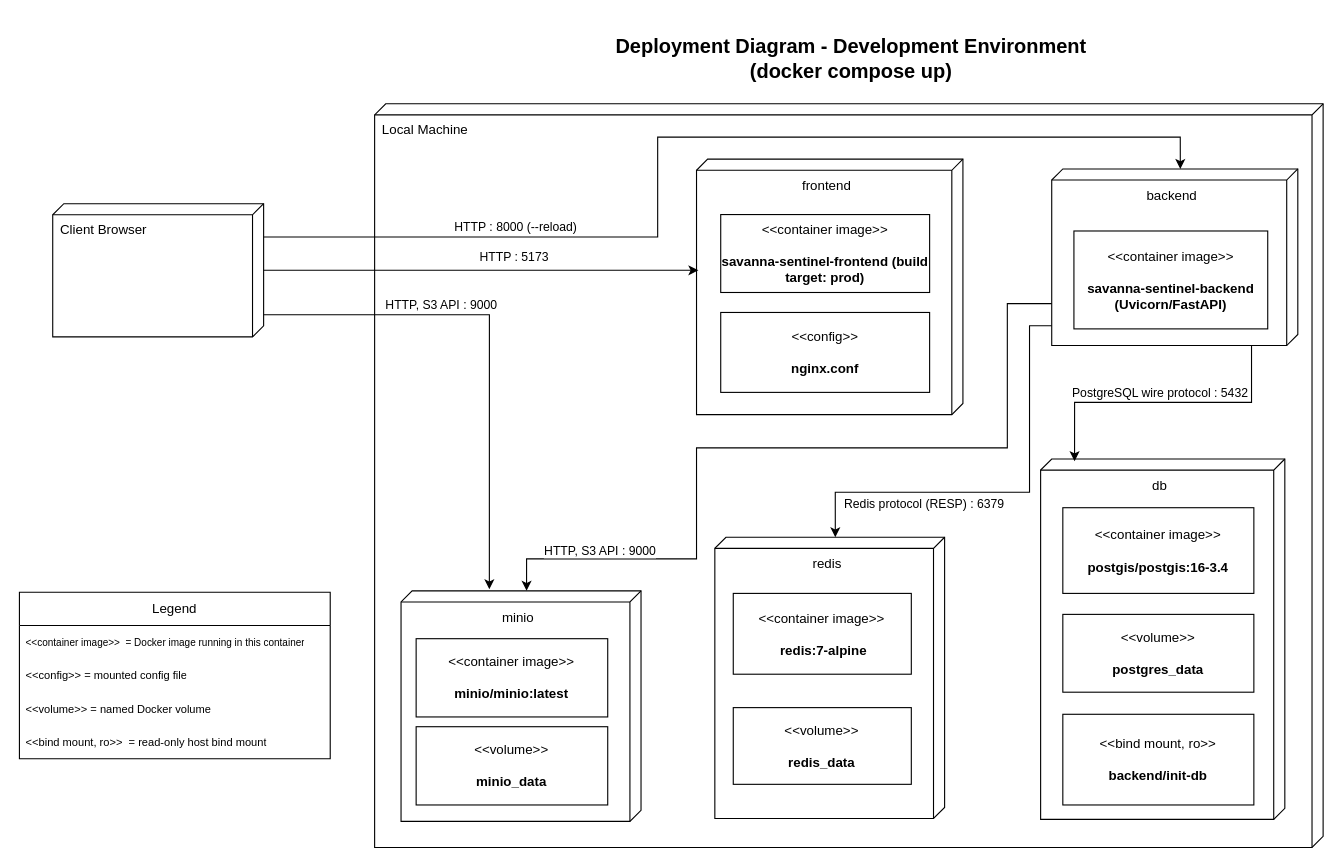
This is page "Development" (2 of 2) of docs/demo2/deployment/deployment_diagram.drawio from COS301-SE-2026/Savanna-Sentinel, a draw.io file, before an edit. Source tidied: cells renumbered, new cells numbered last; positions are measured from the earlier drawing's top-left corner, leaving out a move shared by most shapes. Both pictures are drawn from the tidied source at 111%, with x=0, y=0 at pixel (19, 26).
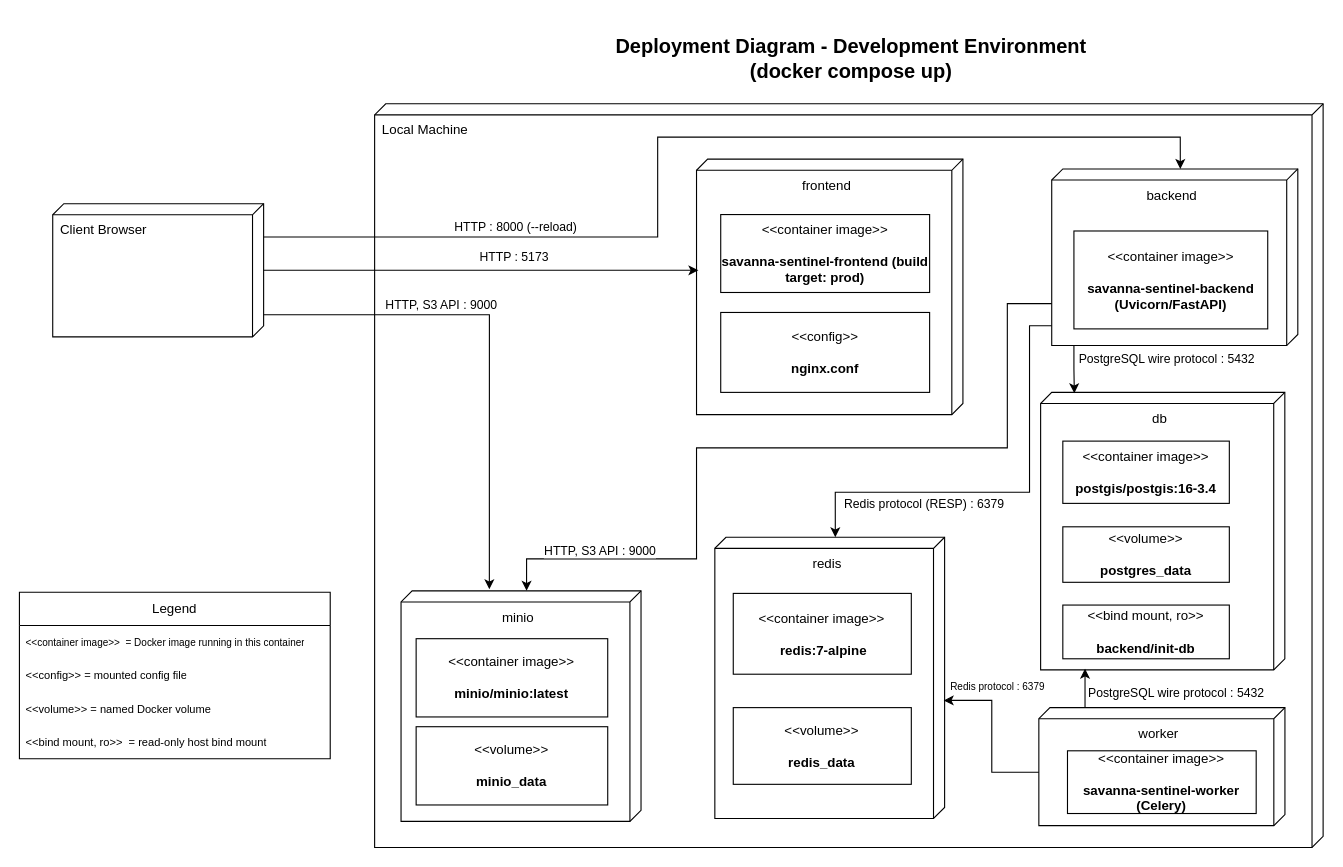
Above is the later version.

Unchanged cells that the change refers to:
```xml
<mxCell id="3" value="Local Machine" style="verticalAlign=top;align=left;shape=cube;size=10;direction=south;fontStyle=0;html=1;boundedLbl=1;spacingLeft=5;whiteSpace=wrap;" parent="1" vertex="1">
  <mxGeometry x="320" y="70" width="854.5" height="670" as="geometry" />
</mxCell>
<mxCell id="5" value="backend" style="verticalAlign=top;align=center;shape=cube;size=10;direction=south;html=1;boundedLbl=1;spacingLeft=5;whiteSpace=wrap;" parent="3" vertex="1">
  <mxGeometry x="610" y="58.7" width="221.7" height="159.1" as="geometry" />
</mxCell>
<mxCell id="7" value="redis" style="verticalAlign=top;align=center;shape=cube;size=10;direction=south;html=1;boundedLbl=1;spacingLeft=5;whiteSpace=wrap;" parent="3" vertex="1">
  <mxGeometry x="306.5" y="390.5" width="207" height="253.4" as="geometry" />
</mxCell>
```

What changed in the source:
```diff
@@
     <mxCell id="6" value="db" style="verticalAlign=top;align=center;shape=cube;size=10;direction=south;html=1;boundedLbl=1;spacingLeft=5;whiteSpace=wrap;" parent="3" vertex="1">
-      <mxGeometry x="600" y="320" width="220" height="324.7" as="geometry" />
+      <mxGeometry x="600" y="260" width="220" height="250" as="geometry" />
     </mxCell>
@@
     <mxCell id="11" value="&amp;lt;&amp;lt;container image&amp;gt;&amp;gt;&lt;br&gt;&lt;br&gt;&lt;b&gt;postgis/postgis:16-3.4&lt;/b&gt;" style="html=1;align=center;verticalAlign=middle;dashed=0;whiteSpace=wrap;" parent="3" vertex="1">
-      <mxGeometry x="620" y="363.9" width="172.1" height="77.2" as="geometry" />
+      <mxGeometry x="620" y="303.9" width="150" height="56.1" as="geometry" />
     </mxCell>
     <mxCell id="12" value="&amp;lt;&amp;lt;volume&amp;gt;&amp;gt;&lt;br&gt;&lt;br&gt;&lt;b&gt;postgres_data&lt;/b&gt;" style="html=1;align=center;verticalAlign=middle;dashed=0;whiteSpace=wrap;" parent="3" vertex="1">
-      <mxGeometry x="620" y="460" width="172.1" height="70.1" as="geometry" />
+      <mxGeometry x="620" y="381.1" width="150" height="50" as="geometry" />
     </mxCell>
     <mxCell id="13" value="&amp;lt;&amp;lt;bind mount, ro&amp;gt;&amp;gt;&lt;br&gt;&lt;br&gt;&lt;b&gt;backend/init-db&lt;/b&gt;" style="html=1;align=center;verticalAlign=middle;dashed=0;whiteSpace=wrap;" parent="3" vertex="1">
-      <mxGeometry x="620" y="550" width="172.1" height="81.7" as="geometry" />
+      <mxGeometry x="620" y="451.6" width="150" height="48.4" as="geometry" />
     </mxCell>
@@
-    <mxCell id="19" style="edgeStyle=orthogonalEdgeStyle;rounded=0;jettySize=auto;html=1;entryX=0.006;entryY=0.861;entryDx=0;entryDy=0;entryPerimeter=0;" parent="3" edge="1" source="5" target="6">
+    <mxCell id="19" style="edgeStyle=orthogonalEdgeStyle;rounded=0;jettySize=auto;html=1;entryX=0.003;entryY=0.862;entryDx=0;entryDy=0;entryPerimeter=0;" parent="3" edge="1" source="5" target="6">
       <mxGeometry relative="1" as="geometry">
         <Array as="points">
-          <mxPoint x="790" y="269" />
-          <mxPoint x="631" y="269" />
+          <mxPoint x="630" y="238.9" />
+          <mxPoint x="630.4" y="238.9" />
         </Array>
       </mxGeometry>
     </mxCell>
     <mxCell id="20" value="&amp;nbsp;PostgreSQL wire protocol : 5432" style="edgeLabel;html=1;align=center;verticalAlign=middle;" parent="19" vertex="1">
       <mxGeometry x="0.1" y="3" relative="1" as="geometry">
-        <mxPoint x="9" y="-12" as="offset" />
+        <mxPoint x="78" y="-12" as="offset" />
       </mxGeometry>
     </mxCell>
@@
+    <mxCell id="37" value="worker" style="verticalAlign=top;align=center;shape=cube;size=10;direction=south;html=1;boundedLbl=1;spacingLeft=5;whiteSpace=wrap;" parent="3" vertex="1">
+      <mxGeometry x="598.4" y="544" width="221.7" height="106.3" as="geometry" />
+    </mxCell>
+    <mxCell id="38" value="&amp;lt;&amp;lt;container image&amp;gt;&amp;gt;&lt;br&gt;&lt;br&gt;&lt;b&gt;savanna-sentinel-worker (Celery)&lt;/b&gt;" style="html=1;align=center;verticalAlign=middle;dashed=0;whiteSpace=wrap;" parent="3" vertex="1">
+      <mxGeometry x="624.2" y="582.9" width="170" height="56.5" as="geometry" />
+    </mxCell>
+    <mxCell id="39" style="edgeStyle=orthogonalEdgeStyle;rounded=0;jettySize=auto;html=1;exitX=0;exitY=0;exitDx=58.17000000000001;exitDy=221.68;exitPerimeter=0;entryX=0.58;entryY=0.004;entryDx=0;entryDy=0;entryPerimeter=0;" parent="3" edge="1" source="37" target="7">
+      <mxGeometry relative="1" as="geometry" />
+    </mxCell>
+    <mxCell id="40" value="&lt;font style=&quot;font-size: 9px;&quot;&gt;Redis protocol : 6379&lt;/font&gt;" style="edgeLabel;html=1;align=center;verticalAlign=middle;" parent="39" vertex="1">
+      <mxGeometry x="0.53" y="-3" relative="1" as="geometry">
+        <mxPoint x="12" y="-10" as="offset" />
+      </mxGeometry>
+    </mxCell>
+    <mxCell id="41" style="edgeStyle=orthogonalEdgeStyle;rounded=0;jettySize=auto;html=1;" parent="3" edge="1" source="37">
+      <mxGeometry relative="1" as="geometry">
+        <mxPoint x="640" y="509" as="targetPoint" />
+        <Array as="points">
+          <mxPoint x="640" y="509" />
+        </Array>
+      </mxGeometry>
+    </mxCell>
+    <mxCell id="42" value="PostgreSQL wire protocol : 5432" style="edgeLabel;html=1;align=center;verticalAlign=middle;" parent="41" vertex="1">
+      <mxGeometry x="-0.06" y="-1" relative="1" as="geometry">
+        <mxPoint x="80" y="2" as="offset" />
+      </mxGeometry>
+    </mxCell>
```
